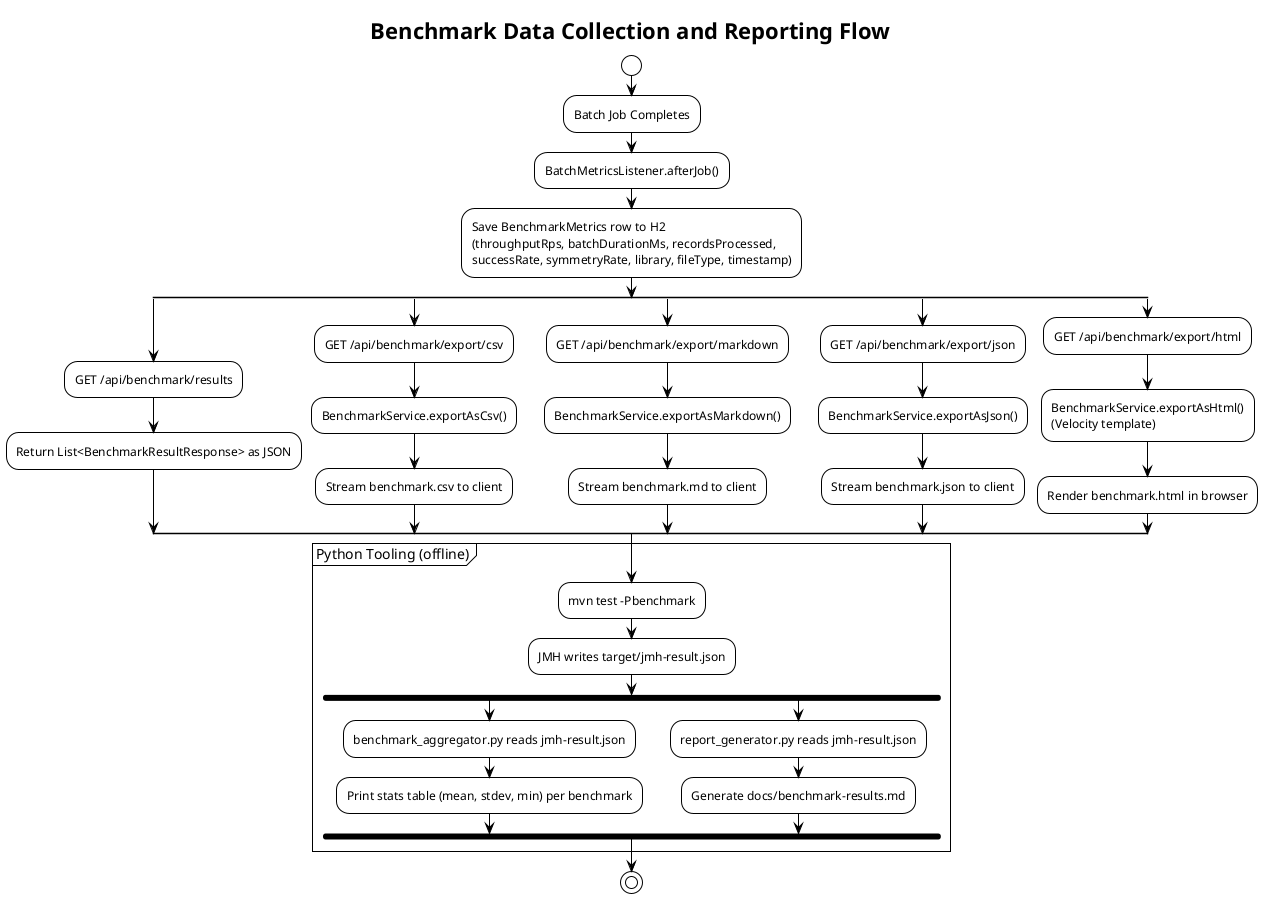
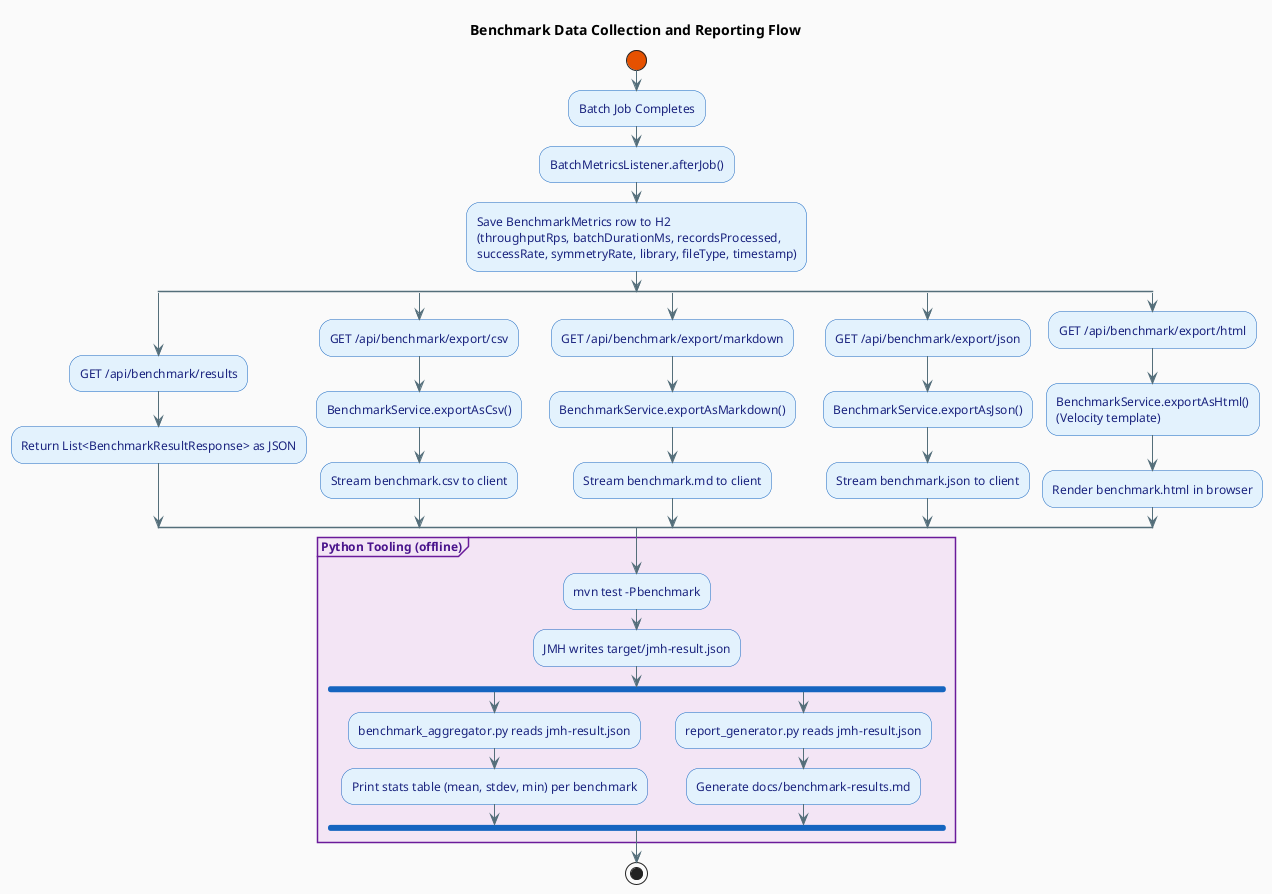
@startuml benchmark-flow
- !theme plain
title Benchmark Data Collection and Reporting Flow
+ 
+ skinparam backgroundColor #fafafa
+ skinparam ShadowingEnabled false
+ skinparam defaultFontName Arial
+ skinparam defaultFontSize 12
+ skinparam ArrowColor #546e7a
+ 
+ skinparam activity {
+     BackgroundColor #e3f2fd
+     BorderColor #1565c0
+     FontColor #1a237e
+     StartColor #e65100
+     EndColor #e65100
+     BarColor #1565c0
+     DiamondBackgroundColor #e3f2fd
+     DiamondBorderColor #1565c0
+     DiamondFontColor #1a237e
+ }
+ 
+ skinparam activityStart {
+     Color #e65100
+ }
+ 
+ skinparam activityEnd {
+     Color #e65100
+ }
+ 
+ skinparam partition {
+     BackgroundColor #f3e5f5
+     BorderColor #6a1b9a
+     FontColor #4a148c
+     FontStyle bold
+ }
+ 
+ skinparam note {
+     BackgroundColor #fff8f5
+     BorderColor #e65100
+     FontColor #263238
+ }

start

:Batch Job Completes;
:BatchMetricsListener.afterJob();
:Save BenchmarkMetrics row to H2\n(throughputRps, batchDurationMs, recordsProcessed,\nsuccessRate, symmetryRate, library, fileType, timestamp);

split
  :GET /api/benchmark/results;
  :Return List<BenchmarkResultResponse> as JSON;
split again
  :GET /api/benchmark/export/csv;
  :BenchmarkService.exportAsCsv();
  :Stream benchmark.csv to client;
split again
  :GET /api/benchmark/export/markdown;
  :BenchmarkService.exportAsMarkdown();
  :Stream benchmark.md to client;
split again
  :GET /api/benchmark/export/json;
  :BenchmarkService.exportAsJson();
  :Stream benchmark.json to client;
split again
  :GET /api/benchmark/export/html;
  :BenchmarkService.exportAsHtml()\n(Velocity template);
  :Render benchmark.html in browser;
end split

partition "Python Tooling (offline)" {
  :mvn test -Pbenchmark;
  :JMH writes target/jmh-result.json;
  fork
    :benchmark_aggregator.py reads jmh-result.json;
    :Print stats table (mean, stdev, min) per benchmark;
  fork again
    :report_generator.py reads jmh-result.json;
    :Generate docs/benchmark-results.md;
  end fork
}

stop
@enduml
